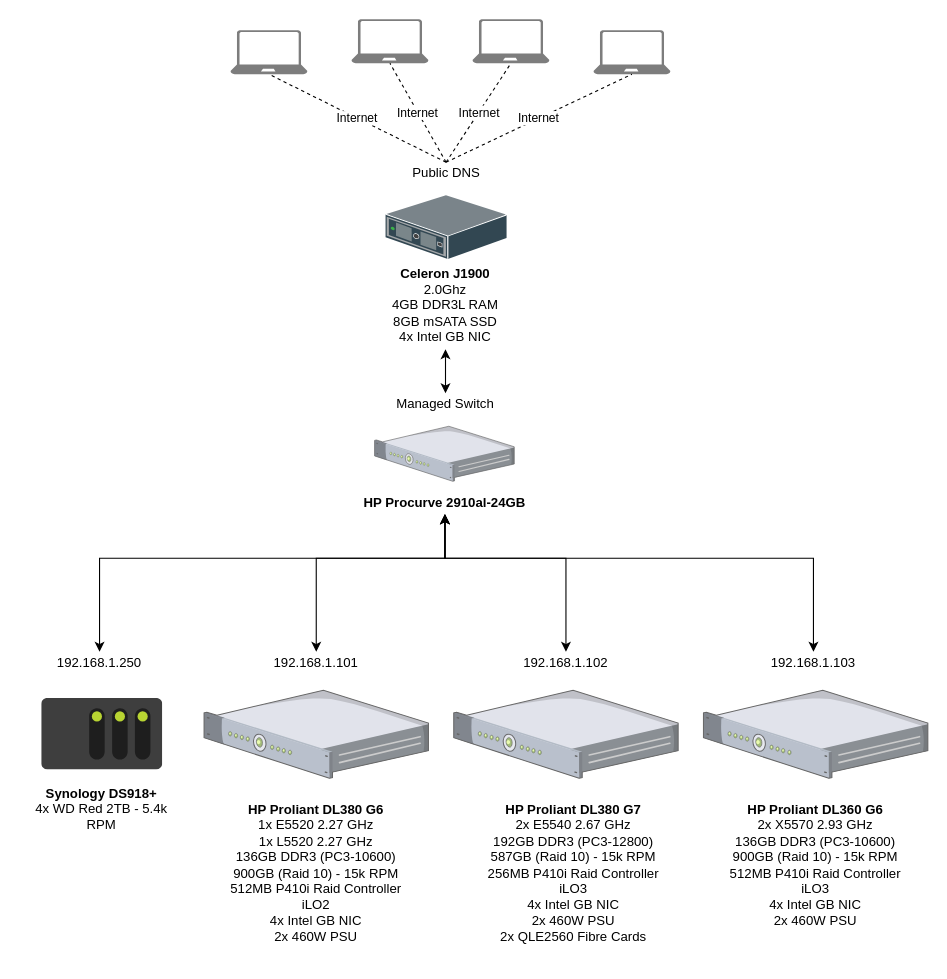
Earlier version of the draw.io diagram documentation/images/homelab-architecture.drawio (831jsh/homelab). Source tidied: cells renumbered, new cells numbered last; positions are measured from the earlier drawing's top-left corner, leaving out a move shared by most shapes. Both pictures are drawn from the tidied source at 110%, with x=0, y=0 at pixel (19, 19).
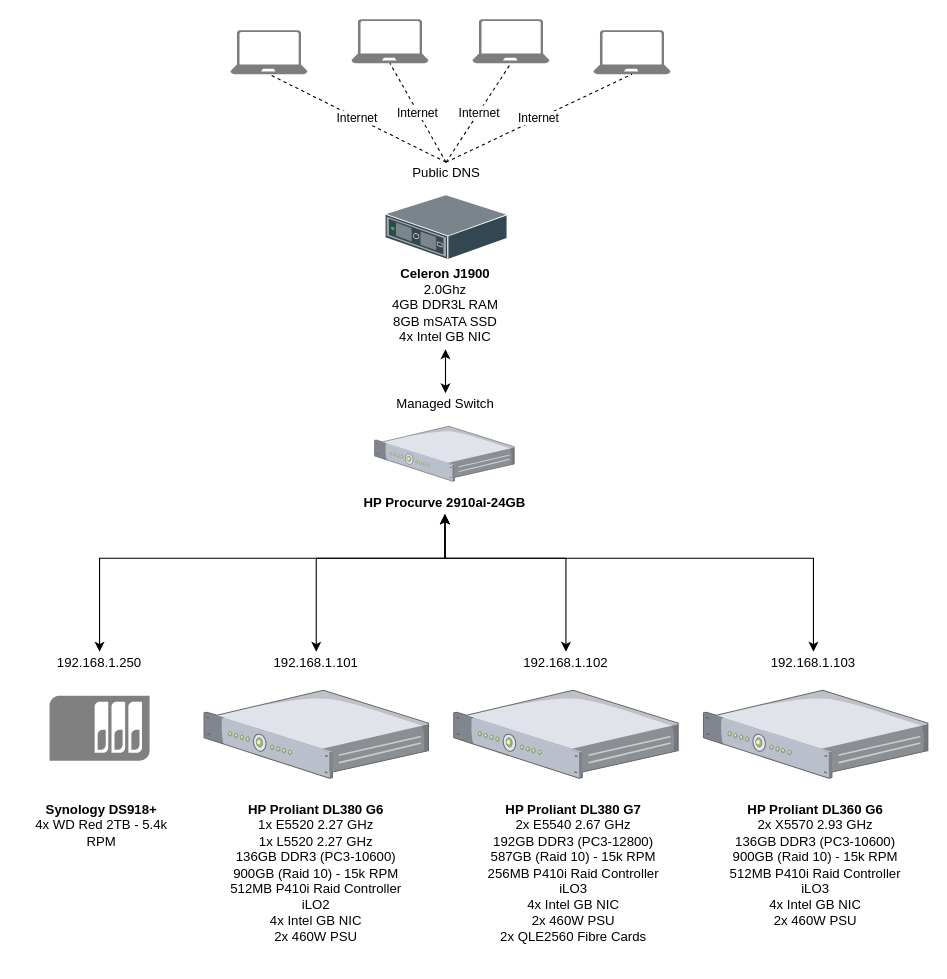
After the change.

Commit message (it also covers changes not shown here):
Image didn't export properly; picked a new one and re-exported

What changed in the source:
```diff
@@
-    <mxCell id="5" style="html=1;perimeter=none;align=center;shadow=0;dashed=0;image;fontSize=12;image=img/lib/mscae/Server.svg;rotation=90;" parent="1" vertex="1">
-      <mxGeometry x="42" y="595" width="65" height="110" as="geometry" />
-    </mxCell>
@@
     <mxCell id="18" value="&lt;b&gt;Synology DS918+&lt;br&gt;&lt;/b&gt;4x WD Red 2TB - 5.4k RPM&lt;br&gt;" style="text;html=1;strokeColor=none;fillColor=none;align=center;verticalAlign=top;whiteSpace=wrap;rounded=0;" parent="1" vertex="1">
-      <mxGeometry x="-0.5" y="690" width="150" height="140" as="geometry" />
+      <mxGeometry x="-0.5" y="705" width="150" height="140" as="geometry" />
     </mxCell>
@@
+    <mxCell id="33" style="shadow=0;dashed=0;html=1;strokeColor=none;fillColor=#808080;labelPosition=center;verticalLabelPosition=bottom;verticalAlign=top;align=center;shape=mxgraph.veeam.2d.esx_esxi;rotation=90;" parent="1" vertex="1">
+      <mxGeometry x="43.5" y="599" width="59" height="91" as="geometry" />
+    </mxCell>
```
